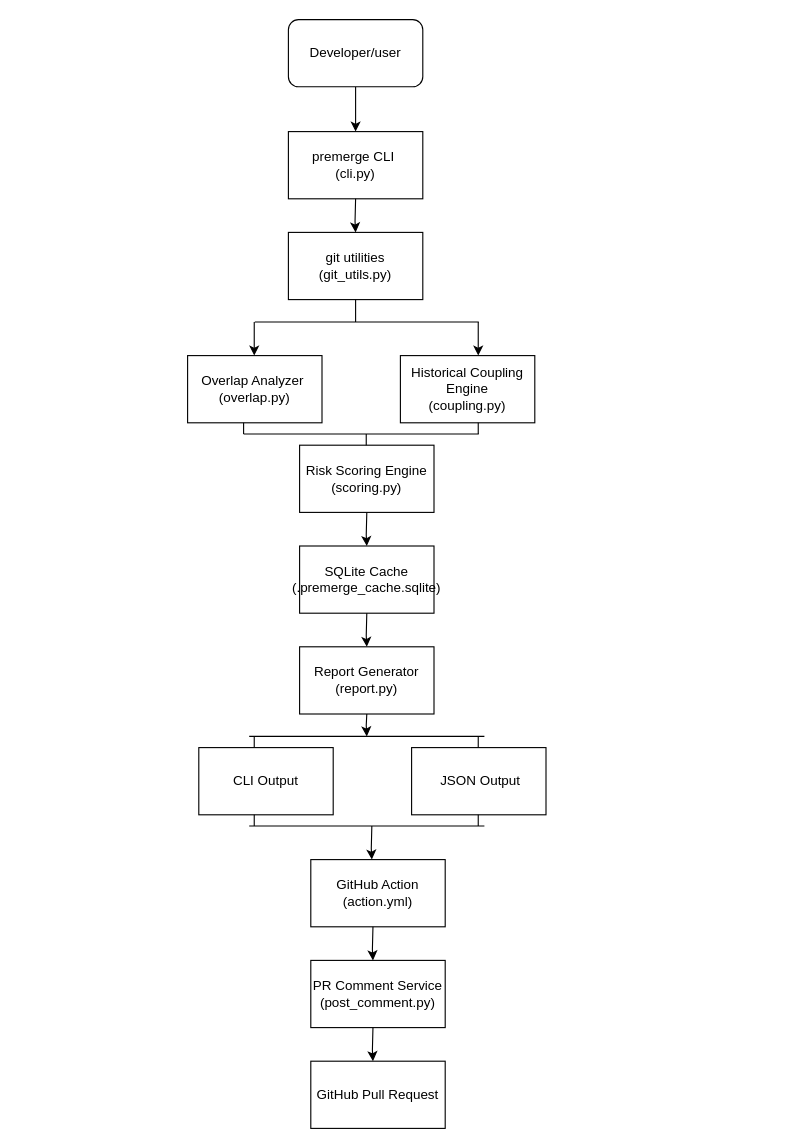
Above: docs/PreMergeArchitecture.drawio in Waterbottles792/PreMerge (draw.io), before the change. Source tidied: cells renumbered, new cells numbered last; positions are measured from the earlier drawing's top-left corner, leaving out a move shared by most shapes. Both pictures are drawn from the tidied source at 112%, with x=0, y=0 at pixel (19, 19).
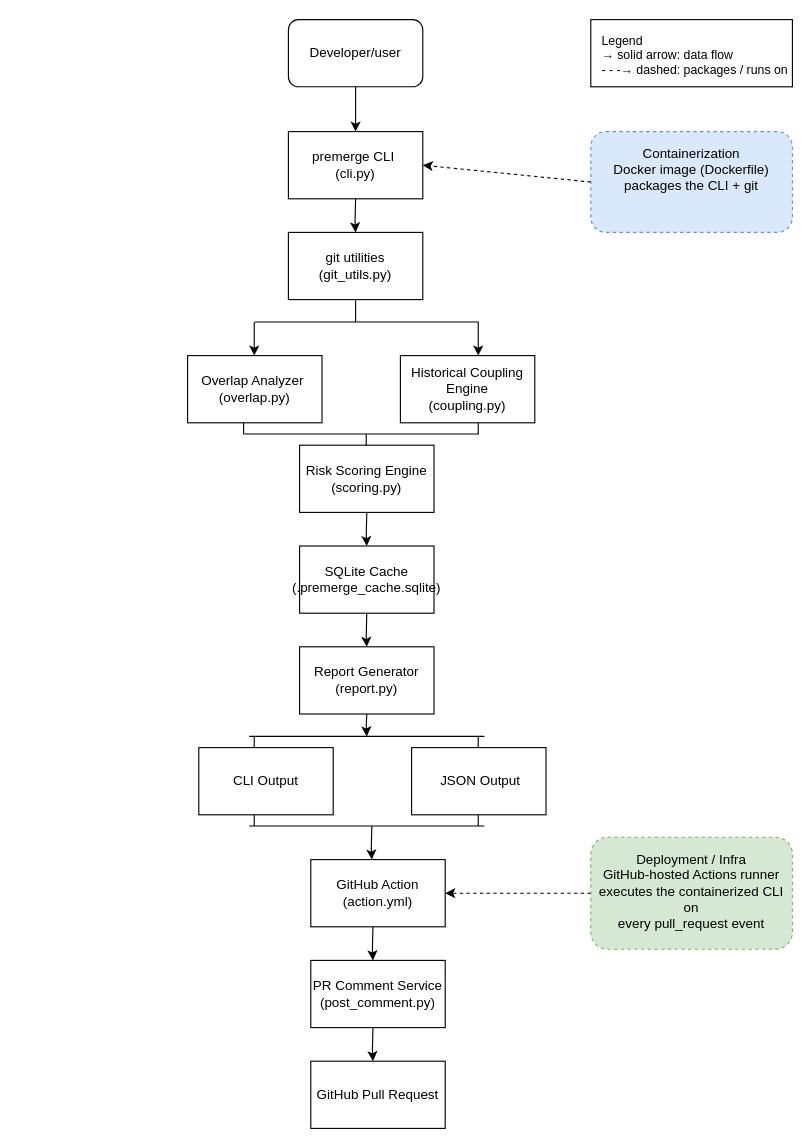
The same page after the edit.

Commit message (it also covers changes not shown here):
Add Docker support, complete architecture diagram, wire up Figma link

Unchanged cells that the change refers to:
```xml
<mxCell id="4" value="premerge CLI&amp;nbsp;&lt;br&gt;(cli.py)" style="rounded=0;whiteSpace=wrap;html=1;" parent="1" vertex="1">
  <mxGeometry x="240" y="100" width="120" height="60" as="geometry" />
</mxCell>
<mxCell id="6" value="GitHub Action&lt;br/&gt;(action.yml)" style="rounded=0;whiteSpace=wrap;html=1;" parent="1" vertex="1">
  <mxGeometry x="260" y="750" width="120" height="60" as="geometry" />
</mxCell>
```

Change to the diagram source:
```diff
@@
+    <mxCell id="38" value="Containerization&lt;br&gt;Docker image (Dockerfile)&lt;br&gt;packages the CLI + git" style="rounded=1;dashed=1;whiteSpace=wrap;html=1;fillColor=#dae8fc;strokeColor=#6c8ebf;verticalAlign=top;spacingTop=6;" parent="1" vertex="1">
+      <mxGeometry x="510" y="100" width="180" height="90" as="geometry" />
+    </mxCell>
+    <mxCell id="39" value="Deployment / Infra&lt;br&gt;GitHub-hosted Actions runner&lt;br&gt;executes the containerized CLI on&lt;br&gt;every pull_request event" style="rounded=1;dashed=1;whiteSpace=wrap;html=1;fillColor=#d5e8d4;strokeColor=#82b366;verticalAlign=top;spacingTop=6;" parent="1" vertex="1">
+      <mxGeometry x="510" y="730" width="180" height="100" as="geometry" />
+    </mxCell>
+    <mxCell id="40" value="Legend&lt;br&gt;&amp;#8594; solid arrow: data flow&lt;br&gt;- - -&amp;#8594; dashed: packages / runs on" style="rounded=0;whiteSpace=wrap;html=1;align=left;verticalAlign=top;spacingLeft=8;spacingTop=6;fontSize=11;" parent="1" vertex="1">
+      <mxGeometry x="510" width="180" height="60" as="geometry" />
+    </mxCell>
+    <mxCell id="41" style="endArrow=classic;dashed=1;html=1;rounded=0;exitX=0;exitY=0.5;exitDx=0;exitDy=0;entryX=1;entryY=0.5;entryDx=0;entryDy=0;" parent="1" edge="1" source="38" target="4">
+      <mxGeometry relative="1" as="geometry" />
+    </mxCell>
+    <mxCell id="42" style="endArrow=classic;dashed=1;html=1;rounded=0;exitX=0;exitY=0.5;exitDx=0;exitDy=0;entryX=1;entryY=0.5;entryDx=0;entryDy=0;" parent="1" edge="1" source="39" target="6">
+      <mxGeometry relative="1" as="geometry" />
+    </mxCell>
```
